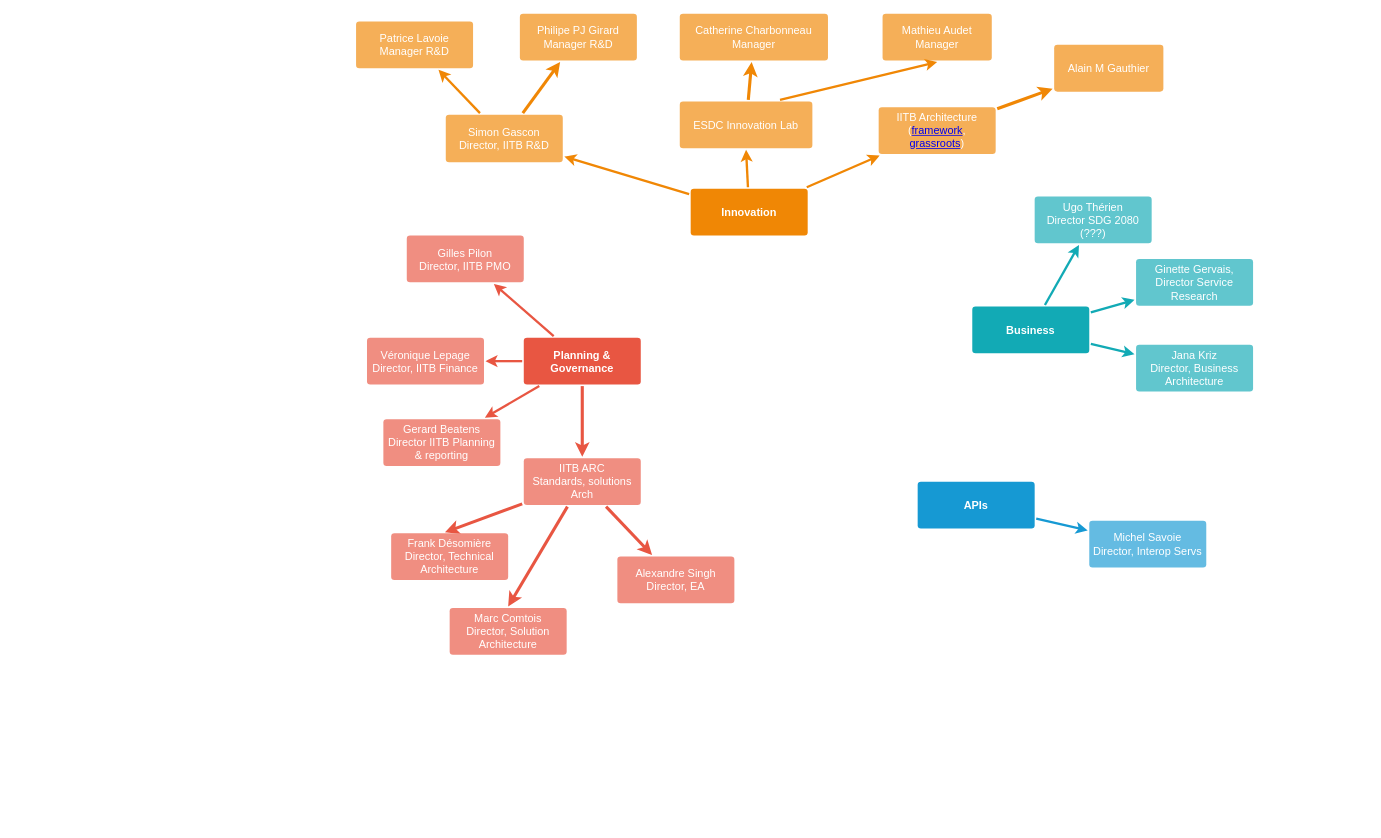
This is ReferenceMaterials/Stakeholder MindMap.drawio from sara-sabr/ITStrategy, a draw.io file, before an edit. Source tidied: cells renumbered, new cells numbered last; positions are measured from the earlier drawing's top-left corner, leaving out a move shared by most shapes. Both pictures are drawn from the tidied source at 78%, with x=0, y=0 at pixel (356, 13).
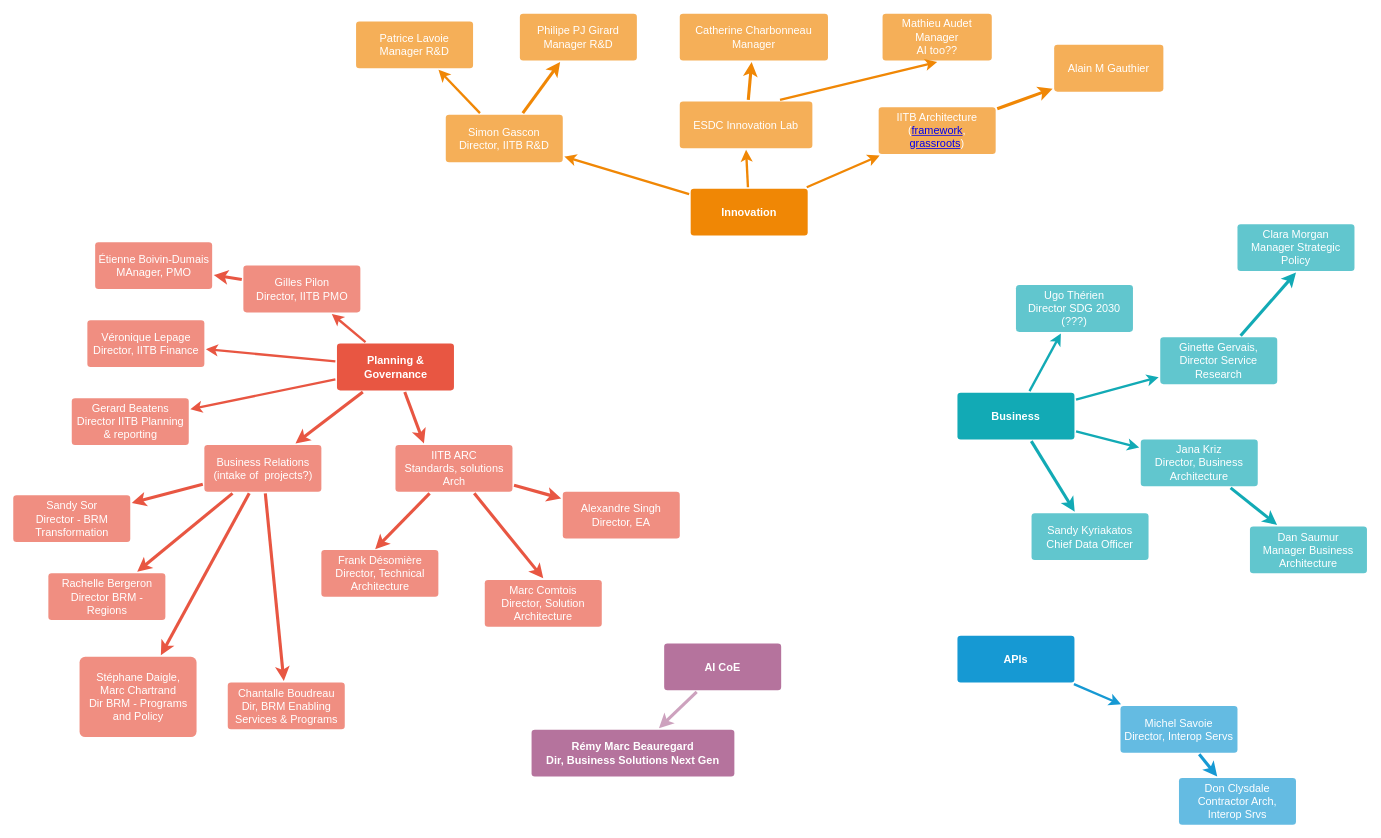
The same page after the edit.

What changed in the source:
```diff
@@
-    <mxCell id="5" style="edgeStyle=none;rounded=0;jettySize=auto;html=1;strokeColor=#E85642;strokeWidth=4;" parent="1" edge="1" source="6" target="40">
+    <mxCell id="5" style="edgeStyle=none;rounded=0;jettySize=auto;html=1;strokeColor=#E85642;strokeWidth=4;entryX=0.25;entryY=0;entryDx=0;entryDy=0;" parent="1" edge="1" source="6" target="40">
       <mxGeometry relative="1" as="geometry" />
     </mxCell>
+    <mxCell id="44" style="edgeStyle=none;rounded=0;jettySize=auto;html=1;strokeColor=#E85642;strokeWidth=4;" parent="1" edge="1" source="6" target="59">
+      <mxGeometry relative="1" as="geometry" />
+    </mxCell>
     <mxCell id="6" value="Planning &amp;amp; Governance" style="rounded=1;whiteSpace=wrap;html=1;shadow=0;labelBackgroundColor=none;strokeColor=none;strokeWidth=3;fillColor=#e85642;fontFamily=Helvetica;fontSize=14;fontColor=#FFFFFF;align=center;spacing=5;fontStyle=1;arcSize=7;perimeterSpacing=2;" parent="1" vertex="1">
-      <mxGeometry x="215" y="415.5" width="150" height="60" as="geometry" />
+      <mxGeometry x="-24.5" y="423" width="150" height="60" as="geometry" />
     </mxCell>
     <mxCell id="7" value="&lt;div&gt;Gerard Beatens&lt;/div&gt;&lt;div&gt;Director IITB Planning &amp;amp; reporting&lt;br&gt;&lt;/div&gt;" style="rounded=1;whiteSpace=wrap;html=1;shadow=0;labelBackgroundColor=none;strokeColor=none;strokeWidth=3;fillColor=#f08e81;fontFamily=Helvetica;fontSize=14;fontColor=#FFFFFF;align=center;spacing=5;fontStyle=0;arcSize=7;perimeterSpacing=2;" parent="1" vertex="1">
-      <mxGeometry x="35" y="520" width="150" height="60" as="geometry" />
+      <mxGeometry x="-364.5" y="493" width="150" height="60" as="geometry" />
     </mxCell>
     <mxCell id="8" value="&lt;div&gt;Véronique Lepage&lt;/div&gt;&lt;div&gt;Director, IITB Finance&lt;br&gt;&lt;/div&gt;" style="rounded=1;whiteSpace=wrap;html=1;shadow=0;labelBackgroundColor=none;strokeColor=none;strokeWidth=3;fillColor=#f08e81;fontFamily=Helvetica;fontSize=14;fontColor=#FFFFFF;align=center;spacing=5;fontStyle=0;arcSize=7;perimeterSpacing=2;" parent="1" vertex="1">
-      <mxGeometry x="14" y="415.5" width="150" height="60" as="geometry" />
+      <mxGeometry x="-344.5" y="393" width="150" height="60" as="geometry" />
     </mxCell>
+    <mxCell id="45" style="edgeStyle=none;rounded=0;jettySize=auto;html=1;strokeColor=#E85642;strokeWidth=4;" parent="1" edge="1" source="9" target="51">
+      <mxGeometry relative="1" as="geometry" />
+    </mxCell>
     <mxCell id="9" value="&lt;div&gt;Gilles Pilon&lt;/div&gt;&lt;div&gt;Director, IITB PMO&lt;br&gt;&lt;/div&gt;" style="rounded=1;whiteSpace=wrap;html=1;shadow=0;labelBackgroundColor=none;strokeColor=none;strokeWidth=3;fillColor=#f08e81;fontFamily=Helvetica;fontSize=14;fontColor=#FFFFFF;align=center;spacing=5;fontStyle=0;arcSize=7;perimeterSpacing=2;" parent="1" vertex="1">
-      <mxGeometry x="65" y="284.5" width="150" height="60" as="geometry" />
+      <mxGeometry x="-144.5" y="323" width="150" height="60" as="geometry" />
     </mxCell>
@@
     <mxCell id="11" value="APIs" style="rounded=1;whiteSpace=wrap;html=1;shadow=0;labelBackgroundColor=none;strokeColor=none;strokeWidth=3;fillColor=#1699d3;fontFamily=Helvetica;fontSize=14;fontColor=#FFFFFF;align=center;spacing=5;fontStyle=1;arcSize=7;perimeterSpacing=2;" parent="1" vertex="1">
-      <mxGeometry x="720" y="600" width="150" height="60" as="geometry" />
+      <mxGeometry x="771" y="797.5" width="150" height="60" as="geometry" />
     </mxCell>
+    <mxCell id="46" style="edgeStyle=none;rounded=0;jettySize=auto;html=1;strokeColor=#1699D3;strokeWidth=4;" parent="1" edge="1" source="12" target="52">
+      <mxGeometry relative="1" as="geometry" />
+    </mxCell>
     <mxCell id="12" value="&lt;div&gt;Michel Savoie&lt;/div&gt;&lt;div&gt;Director, Interop Servs&lt;br&gt;&lt;/div&gt;" style="rounded=1;whiteSpace=wrap;html=1;shadow=0;labelBackgroundColor=none;strokeColor=none;strokeWidth=3;fillColor=#64bbe2;fontFamily=Helvetica;fontSize=14;fontColor=#FFFFFF;align=center;spacing=5;arcSize=7;perimeterSpacing=2;" parent="1" vertex="1">
-      <mxGeometry x="940" y="650" width="150" height="60" as="geometry" />
+      <mxGeometry x="980" y="887.5" width="150" height="60" as="geometry" />
     </mxCell>
@@
+    <mxCell id="47" style="edgeStyle=none;rounded=0;jettySize=auto;html=1;strokeColor=#12AAB5;strokeWidth=4;" parent="1" edge="1" source="23" target="54">
+      <mxGeometry relative="1" as="geometry" />
+    </mxCell>
     <mxCell id="23" value="Business" style="rounded=1;whiteSpace=wrap;html=1;shadow=0;labelBackgroundColor=none;strokeColor=none;strokeWidth=3;fillColor=#12aab5;fontFamily=Helvetica;fontSize=14;fontColor=#FFFFFF;align=center;spacing=5;fontStyle=1;arcSize=7;perimeterSpacing=2;" parent="1" vertex="1">
-      <mxGeometry x="790" y="375.5" width="150" height="60" as="geometry" />
+      <mxGeometry x="771" y="486" width="150" height="60" as="geometry" />
     </mxCell>
+    <mxCell id="48" style="edgeStyle=none;rounded=0;jettySize=auto;html=1;strokeColor=#12AAB5;strokeWidth=4;" parent="1" edge="1" source="24" target="50">
+      <mxGeometry relative="1" as="geometry" />
+    </mxCell>
     <mxCell id="24" value="&lt;div&gt;Jana Kriz&lt;/div&gt;&lt;div&gt;Director, Business Architecture&lt;br&gt;&lt;/div&gt;" style="rounded=1;whiteSpace=wrap;html=1;shadow=0;labelBackgroundColor=none;strokeColor=none;strokeWidth=3;fillColor=#61c6ce;fontFamily=Helvetica;fontSize=14;fontColor=#FFFFFF;align=center;spacing=5;fontStyle=0;arcSize=7;perimeterSpacing=2;" parent="1" vertex="1">
-      <mxGeometry x="1000" y="424.5" width="150" height="60" as="geometry" />
+      <mxGeometry x="1006" y="546" width="150" height="60" as="geometry" />
     </mxCell>
@@
+    <mxCell id="49" style="edgeStyle=none;rounded=0;jettySize=auto;html=1;strokeColor=#12AAB5;strokeWidth=4;entryX=0.5;entryY=1;entryDx=0;entryDy=0;" parent="1" edge="1" source="26" target="53">
+      <mxGeometry relative="1" as="geometry" />
+    </mxCell>
     <mxCell id="26" value="Ginette Gervais, Director Service Research" style="rounded=1;whiteSpace=wrap;html=1;shadow=0;labelBackgroundColor=none;strokeColor=none;strokeWidth=3;fillColor=#61c6ce;fontFamily=Helvetica;fontSize=14;fontColor=#FFFFFF;align=center;spacing=5;fontStyle=0;arcSize=7;perimeterSpacing=2;" parent="1" vertex="1">
-      <mxGeometry x="1000" y="314.5" width="150" height="60" as="geometry" />
+      <mxGeometry x="1031" y="415" width="150" height="60" as="geometry" />
     </mxCell>
@@
-    <mxCell id="28" value="&lt;div&gt;Ugo Thérien&lt;/div&gt;&lt;div&gt;Director SDG 2080 (???)&lt;br&gt;&lt;/div&gt;" style="rounded=1;whiteSpace=wrap;html=1;shadow=0;labelBackgroundColor=none;strokeColor=none;strokeWidth=3;fillColor=#61c6ce;fontFamily=Helvetica;fontSize=14;fontColor=#FFFFFF;align=center;spacing=5;fontStyle=0;arcSize=7;perimeterSpacing=2;" parent="1" vertex="1">
-      <mxGeometry x="870" y="234.5" width="150" height="60" as="geometry" />
+    <mxCell id="28" value="&lt;div&gt;Ugo Thérien&lt;/div&gt;&lt;div&gt;Director SDG 2030 (???)&lt;br&gt;&lt;/div&gt;" style="rounded=1;whiteSpace=wrap;html=1;shadow=0;labelBackgroundColor=none;strokeColor=none;strokeWidth=3;fillColor=#61c6ce;fontFamily=Helvetica;fontSize=14;fontColor=#FFFFFF;align=center;spacing=5;fontStyle=0;arcSize=7;perimeterSpacing=2;" parent="1" vertex="1">
+      <mxGeometry x="846" y="348" width="150" height="60" as="geometry" />
     </mxCell>
@@
-    <mxCell id="32" value="&lt;div&gt;Mathieu Audet&lt;/div&gt;&lt;div&gt;Manager&lt;br&gt;&lt;/div&gt;" style="rounded=1;whiteSpace=wrap;html=1;shadow=0;labelBackgroundColor=none;strokeColor=none;strokeWidth=3;fillColor=#f5af58;fontFamily=Helvetica;fontSize=14;fontColor=#FFFFFF;align=center;spacing=5;arcSize=7;perimeterSpacing=2;" parent="1" vertex="1">
+    <mxCell id="32" value="&lt;div&gt;Mathieu Audet&lt;/div&gt;&lt;div&gt;Manager&lt;/div&gt;&lt;div&gt;AI too??&lt;br&gt;&lt;/div&gt;" style="rounded=1;whiteSpace=wrap;html=1;shadow=0;labelBackgroundColor=none;strokeColor=none;strokeWidth=3;fillColor=#f5af58;fontFamily=Helvetica;fontSize=14;fontColor=#FFFFFF;align=center;spacing=5;arcSize=7;perimeterSpacing=2;" parent="1" vertex="1">
       <mxGeometry x="675" width="140" height="60" as="geometry" />
     </mxCell>
@@
     <mxCell id="40" value="&lt;div&gt;IITB ARC&lt;/div&gt;&lt;div&gt;Standards, solutions Arch&lt;br&gt;&lt;/div&gt;" style="rounded=1;whiteSpace=wrap;html=1;shadow=0;labelBackgroundColor=none;strokeColor=none;strokeWidth=3;fillColor=#f08e81;fontFamily=Helvetica;fontSize=14;fontColor=#FFFFFF;align=center;spacing=5;fontStyle=0;arcSize=7;perimeterSpacing=2;" parent="1" vertex="1">
-      <mxGeometry x="215" y="570" width="150" height="60" as="geometry" />
+      <mxGeometry x="50.5" y="553" width="150" height="60" as="geometry" />
     </mxCell>
     <mxCell id="41" value="&lt;div&gt;Frank Désomière&lt;/div&gt;&lt;div&gt;Director, Technical Architecture&lt;br&gt;&lt;/div&gt;" style="rounded=1;whiteSpace=wrap;html=1;shadow=0;labelBackgroundColor=none;strokeColor=none;strokeWidth=3;fillColor=#f08e81;fontFamily=Helvetica;fontSize=14;fontColor=#FFFFFF;align=center;spacing=5;fontStyle=0;arcSize=7;perimeterSpacing=2;" parent="1" vertex="1">
-      <mxGeometry x="45" y="666" width="150" height="60" as="geometry" />
+      <mxGeometry x="-44.5" y="687.5" width="150" height="60" as="geometry" />
     </mxCell>
     <mxCell id="42" value="&lt;div&gt;Marc Comtois&lt;br&gt;&lt;/div&gt;&lt;div&gt;Director, Solution Architecture&lt;br&gt;&lt;/div&gt;" style="rounded=1;whiteSpace=wrap;html=1;shadow=0;labelBackgroundColor=none;strokeColor=none;strokeWidth=3;fillColor=#f08e81;fontFamily=Helvetica;fontSize=14;fontColor=#FFFFFF;align=center;spacing=5;fontStyle=0;arcSize=7;perimeterSpacing=2;" parent="1" vertex="1">
-      <mxGeometry x="120" y="762" width="150" height="60" as="geometry" />
+      <mxGeometry x="165" y="726" width="150" height="60" as="geometry" />
     </mxCell>
     <mxCell id="43" value="&lt;div&gt;Alexandre Singh&lt;/div&gt;&lt;div&gt;Director, EA&lt;br&gt;&lt;/div&gt;" style="rounded=1;whiteSpace=wrap;html=1;shadow=0;labelBackgroundColor=none;strokeColor=none;strokeWidth=3;fillColor=#f08e81;fontFamily=Helvetica;fontSize=14;fontColor=#FFFFFF;align=center;spacing=5;fontStyle=0;arcSize=7;perimeterSpacing=2;" parent="1" vertex="1">
-      <mxGeometry x="335" y="696" width="150" height="60" as="geometry" />
+      <mxGeometry x="265" y="613" width="150" height="60" as="geometry" />
     </mxCell>
+    <mxCell id="50" value="&lt;div&gt;Dan Saumur&lt;br&gt;&lt;/div&gt;&lt;div&gt;Manager Business Architecture&lt;br&gt;&lt;/div&gt;" style="rounded=1;whiteSpace=wrap;html=1;shadow=0;labelBackgroundColor=none;strokeColor=none;strokeWidth=3;fillColor=#61c6ce;fontFamily=Helvetica;fontSize=14;fontColor=#FFFFFF;align=center;spacing=5;fontStyle=0;arcSize=7;perimeterSpacing=2;" parent="1" vertex="1">
+      <mxGeometry x="1146" y="657.5" width="150" height="60" as="geometry" />
+    </mxCell>
+    <mxCell id="51" value="&lt;div&gt;Étienne Boivin-Dumais&lt;/div&gt;&lt;div&gt;MAnager, PMO&lt;br&gt;&lt;/div&gt;" style="rounded=1;whiteSpace=wrap;html=1;shadow=0;labelBackgroundColor=none;strokeColor=none;strokeWidth=3;fillColor=#f08e81;fontFamily=Helvetica;fontSize=14;fontColor=#FFFFFF;align=center;spacing=5;fontStyle=0;arcSize=7;perimeterSpacing=2;" parent="1" vertex="1">
+      <mxGeometry x="-334.5" y="293" width="150" height="60" as="geometry" />
+    </mxCell>
+    <mxCell id="52" value="&lt;div&gt;Don Clysdale&lt;/div&gt;&lt;div&gt;Contractor Arch, Interop Srvs&lt;br&gt;&lt;/div&gt;" style="rounded=1;whiteSpace=wrap;html=1;shadow=0;labelBackgroundColor=none;strokeColor=none;strokeWidth=3;fillColor=#64bbe2;fontFamily=Helvetica;fontSize=14;fontColor=#FFFFFF;align=center;spacing=5;arcSize=7;perimeterSpacing=2;" parent="1" vertex="1">
+      <mxGeometry x="1055" y="980" width="150" height="60" as="geometry" />
+    </mxCell>
+    <mxCell id="53" value="&lt;div&gt;Clara Morgan&lt;/div&gt;&lt;div&gt;Manager Strategic Policy&lt;br&gt;&lt;/div&gt;" style="rounded=1;whiteSpace=wrap;html=1;shadow=0;labelBackgroundColor=none;strokeColor=none;strokeWidth=3;fillColor=#61c6ce;fontFamily=Helvetica;fontSize=14;fontColor=#FFFFFF;align=center;spacing=5;fontStyle=0;arcSize=7;perimeterSpacing=2;" parent="1" vertex="1">
+      <mxGeometry x="1130" y="270" width="150" height="60" as="geometry" />
+    </mxCell>
+    <mxCell id="54" value="&lt;div&gt;Sandy Kyriakatos&lt;/div&gt;&lt;div&gt;Chief Data Officer&lt;br&gt;&lt;/div&gt;" style="rounded=1;whiteSpace=wrap;html=1;shadow=0;labelBackgroundColor=none;strokeColor=none;strokeWidth=3;fillColor=#61c6ce;fontFamily=Helvetica;fontSize=14;fontColor=#FFFFFF;align=center;spacing=5;fontStyle=0;arcSize=7;perimeterSpacing=2;" parent="1" vertex="1">
+      <mxGeometry x="866" y="640.5" width="150" height="60" as="geometry" />
+    </mxCell>
+    <mxCell id="55" style="edgeStyle=none;rounded=0;jettySize=auto;html=1;strokeColor=#E85642;strokeWidth=4;" parent="1" edge="1" source="59" target="60">
+      <mxGeometry relative="1" as="geometry" />
+    </mxCell>
+    <mxCell id="56" style="edgeStyle=none;rounded=0;jettySize=auto;html=1;strokeColor=#E85642;strokeWidth=4;" parent="1" edge="1" source="59" target="61">
+      <mxGeometry relative="1" as="geometry" />
+    </mxCell>
+    <mxCell id="57" style="edgeStyle=none;rounded=0;jettySize=auto;html=1;strokeColor=#E85642;strokeWidth=4;" parent="1" edge="1" source="59" target="62">
+      <mxGeometry relative="1" as="geometry" />
+    </mxCell>
+    <mxCell id="58" style="edgeStyle=none;rounded=0;jettySize=auto;html=1;strokeColor=#E85642;strokeWidth=4;" parent="1" edge="1" source="59" target="63">
+      <mxGeometry relative="1" as="geometry" />
+    </mxCell>
+    <mxCell id="59" value="&lt;div&gt;Business Relations&lt;/div&gt;&lt;div&gt;(intake of&amp;nbsp; projects?)&lt;br&gt;&lt;/div&gt;" style="rounded=1;whiteSpace=wrap;html=1;shadow=0;labelBackgroundColor=none;strokeColor=none;strokeWidth=3;fillColor=#f08e81;fontFamily=Helvetica;fontSize=14;fontColor=#FFFFFF;align=center;spacing=5;fontStyle=0;arcSize=7;perimeterSpacing=2;" parent="1" vertex="1">
+      <mxGeometry x="-194.5" y="553" width="150" height="60" as="geometry" />
+    </mxCell>
+    <mxCell id="60" value="&lt;div&gt;Sandy Sor&lt;/div&gt;&lt;div&gt;Director - BRM Transformation&lt;br&gt;&lt;/div&gt;" style="rounded=1;whiteSpace=wrap;html=1;shadow=0;labelBackgroundColor=none;strokeColor=none;strokeWidth=3;fillColor=#f08e81;fontFamily=Helvetica;fontSize=14;fontColor=#FFFFFF;align=center;spacing=5;fontStyle=0;arcSize=7;perimeterSpacing=2;" parent="1" vertex="1">
+      <mxGeometry x="-439.5" y="617.5" width="150" height="60" as="geometry" />
+    </mxCell>
+    <mxCell id="61" value="&lt;div&gt;Rachelle Bergeron&lt;/div&gt;&lt;div&gt;Director BRM - Regions&lt;br&gt;&lt;/div&gt;" style="rounded=1;whiteSpace=wrap;html=1;shadow=0;labelBackgroundColor=none;strokeColor=none;strokeWidth=3;fillColor=#f08e81;fontFamily=Helvetica;fontSize=14;fontColor=#FFFFFF;align=center;spacing=5;fontStyle=0;arcSize=7;perimeterSpacing=2;" parent="1" vertex="1">
+      <mxGeometry x="-394.5" y="717.5" width="150" height="60" as="geometry" />
+    </mxCell>
+    <mxCell id="62" value="&lt;div&gt;Stéphane Daigle, Marc Chartrand&lt;/div&gt;&lt;div&gt;Dir BRM - Programs and Policy&lt;br&gt;&lt;/div&gt;" style="rounded=1;whiteSpace=wrap;html=1;shadow=0;labelBackgroundColor=none;strokeColor=none;strokeWidth=3;fillColor=#f08e81;fontFamily=Helvetica;fontSize=14;fontColor=#FFFFFF;align=center;spacing=5;fontStyle=0;arcSize=7;perimeterSpacing=2;" parent="1" vertex="1">
+      <mxGeometry x="-354.5" y="824.5" width="150" height="103" as="geometry" />
+    </mxCell>
+    <mxCell id="63" value="&lt;div&gt;Chantalle Boudreau&lt;/div&gt;&lt;div&gt;Dir, BRM Enabling Services &amp;amp; Programs&lt;br&gt;&lt;/div&gt;" style="rounded=1;whiteSpace=wrap;html=1;shadow=0;labelBackgroundColor=none;strokeColor=none;strokeWidth=3;fillColor=#f08e81;fontFamily=Helvetica;fontSize=14;fontColor=#FFFFFF;align=center;spacing=5;fontStyle=0;arcSize=7;perimeterSpacing=2;" parent="1" vertex="1">
+      <mxGeometry x="-164.5" y="857.5" width="150" height="60" as="geometry" />
+    </mxCell>
+    <mxCell id="64" style="edgeStyle=none;rounded=0;jettySize=auto;html=1;strokeColor=#CDA2BE;strokeWidth=4;" parent="1" edge="1" source="65" target="66">
+      <mxGeometry relative="1" as="geometry" />
+    </mxCell>
+    <mxCell id="65" value="AI CoE" style="rounded=1;whiteSpace=wrap;html=1;shadow=0;labelBackgroundColor=none;strokeColor=none;strokeWidth=3;fillColor=#B5739D;fontFamily=Helvetica;fontSize=14;fontColor=#FFFFFF;align=center;spacing=5;fontStyle=1;arcSize=7;perimeterSpacing=2;" parent="1" vertex="1">
+      <mxGeometry x="395" y="807.5" width="150" height="60" as="geometry" />
+    </mxCell>
+    <mxCell id="66" value="&lt;div&gt;Rémy Marc Beauregard&lt;/div&gt;&lt;div&gt;Dir, Business Solutions Next Gen&lt;br&gt;&lt;/div&gt;" style="rounded=1;whiteSpace=wrap;html=1;shadow=0;labelBackgroundColor=none;strokeColor=none;strokeWidth=3;fillColor=#B5739D;fontFamily=Helvetica;fontSize=14;fontColor=#FFFFFF;align=center;spacing=5;fontStyle=1;arcSize=7;perimeterSpacing=2;" parent="1" vertex="1">
+      <mxGeometry x="225" y="918" width="260" height="60" as="geometry" />
+    </mxCell>
```
